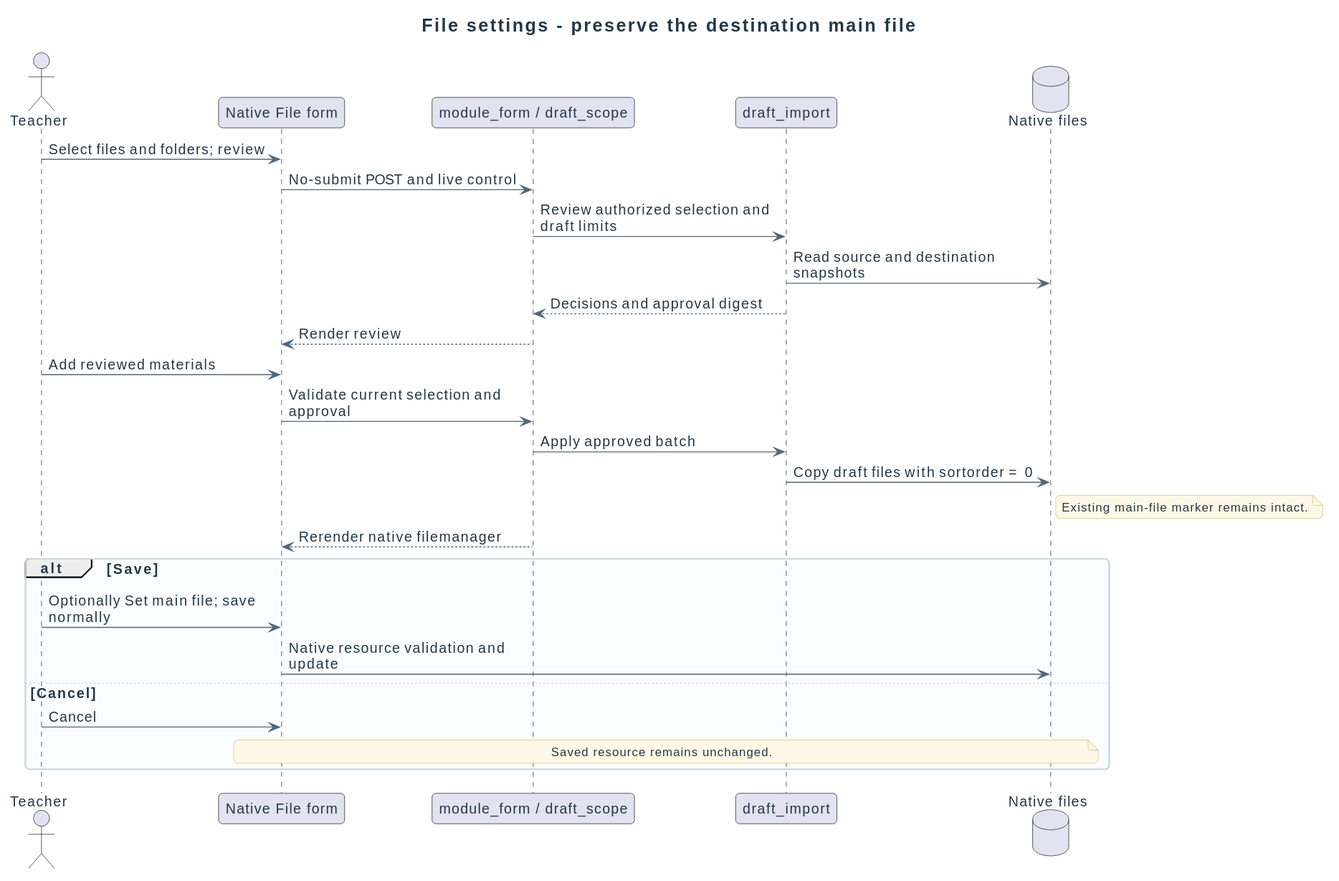
This is docs/diagrams/design/sequences/resource-selection.svg from didactika/moodle-local_coursefiles, a PlantUML export, as it was before one commit.
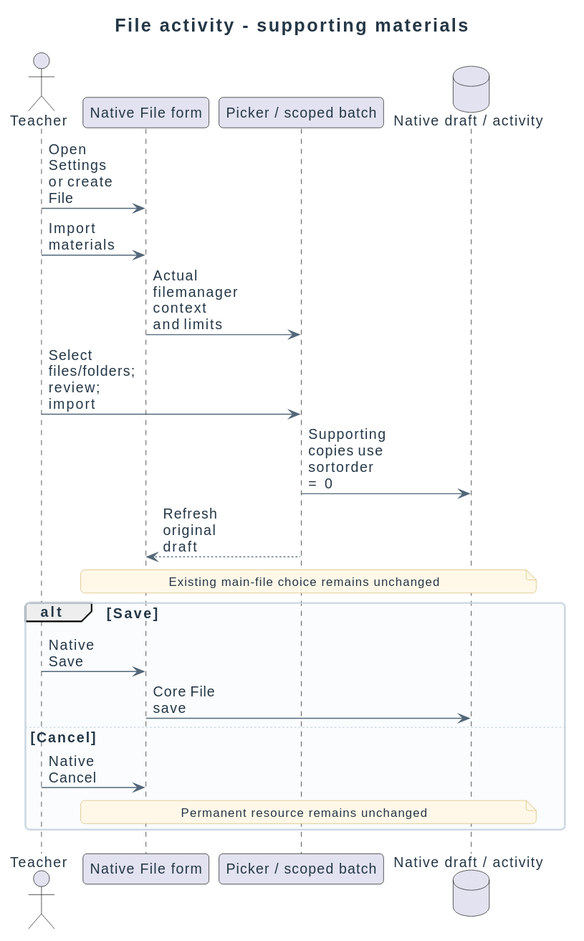
Later version of the same file.

What changed in the source:
```diff
@@ -1,32 +1,22 @@
 @startuml
 !include ../../_style.puml
-skinparam maxMessageSize 240
-title File settings - preserve the destination main file
+title File activity - supporting materials
 actor Teacher
 participant "Native File form" as Form
-participant "module_form / draft_scope" as Scope
-participant "draft_import" as Batch
-database "Native files" as Files
-
-Teacher -> Form : Select files and folders; review
-Form -> Scope : No-submit POST and live control
-Scope -> Batch : Review authorized selection and draft limits
-Batch -> Files : Read source and destination snapshots
-Batch --> Scope : Decisions and approval digest
-Scope --> Form : Render review
-
-Teacher -> Form : Add reviewed materials
-Form -> Scope : Validate current selection and approval
-Scope -> Batch : Apply approved batch
-Batch -> Files : Copy draft files with sortorder = 0
-note right of Files : Existing main-file marker remains intact.
-Scope --> Form : Rerender native filemanager
-
+participant "Picker / scoped batch" as Batch
+database "Native draft / activity" as Files
+Teacher -> Form : Open Settings or create File
+Teacher -> Form : Import materials
+Form -> Batch : Actual filemanager context and limits
+Teacher -> Batch : Select files/folders; review; import
+Batch -> Files : Supporting copies use sortorder = 0
+Batch --> Form : Refresh original draft
+note over Form, Files : Existing main-file choice remains unchanged
 alt Save
-  Teacher -> Form : Optionally Set main file; save normally
-  Form -> Files : Native resource validation and update
+ Teacher -> Form : Native Save
+ Form -> Files : Core File save
 else Cancel
-  Teacher -> Form : Cancel
-  note over Form, Files : Saved resource remains unchanged.
+ Teacher -> Form : Native Cancel
+ note over Form, Files : Permanent resource remains unchanged
 end
 @enduml
```
